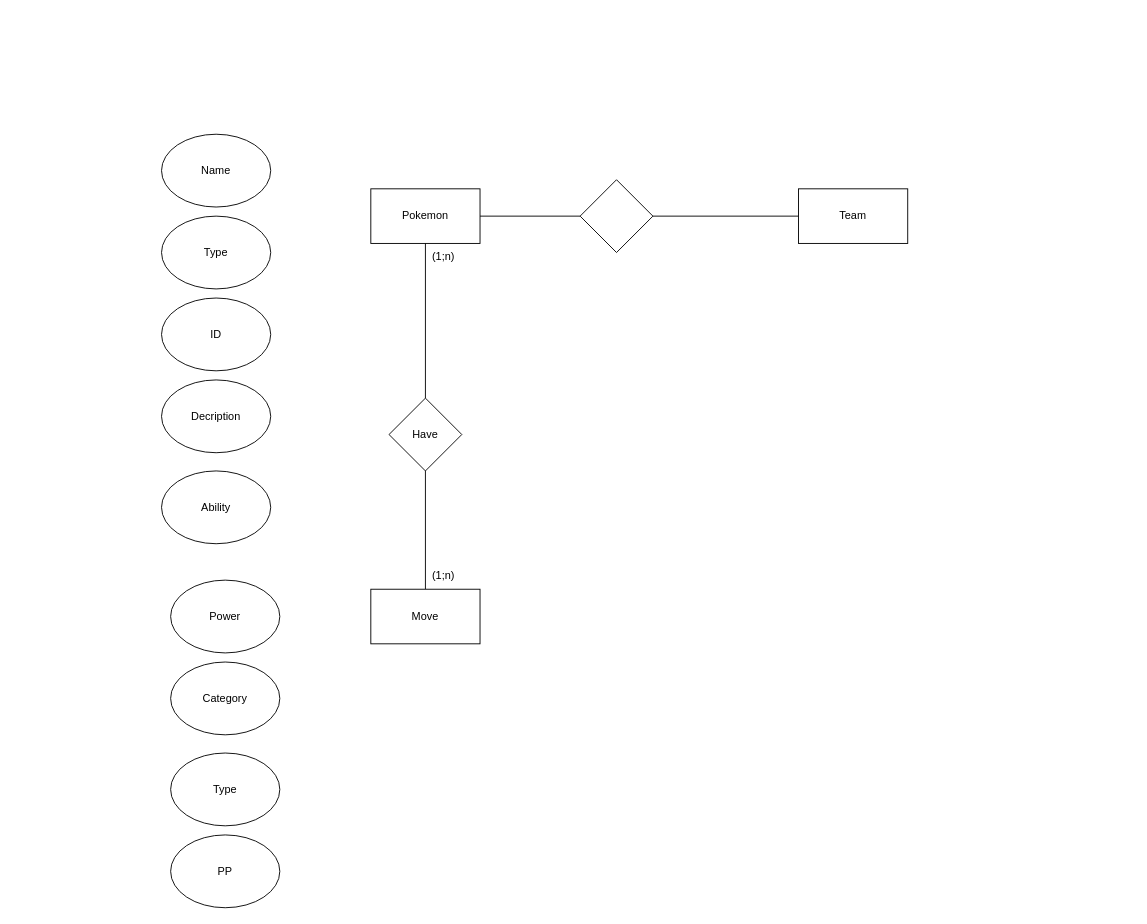
The draw.io diagram ERD.drawio in Keny7503/draw.io, before the edit. Source tidied: cells renumbered, new cells numbered last; positions are measured from the earlier drawing's top-left corner, leaving out a move shared by most shapes. Both pictures are drawn from the tidied source at 91%, with x=0, y=0 at pixel (161, 134).
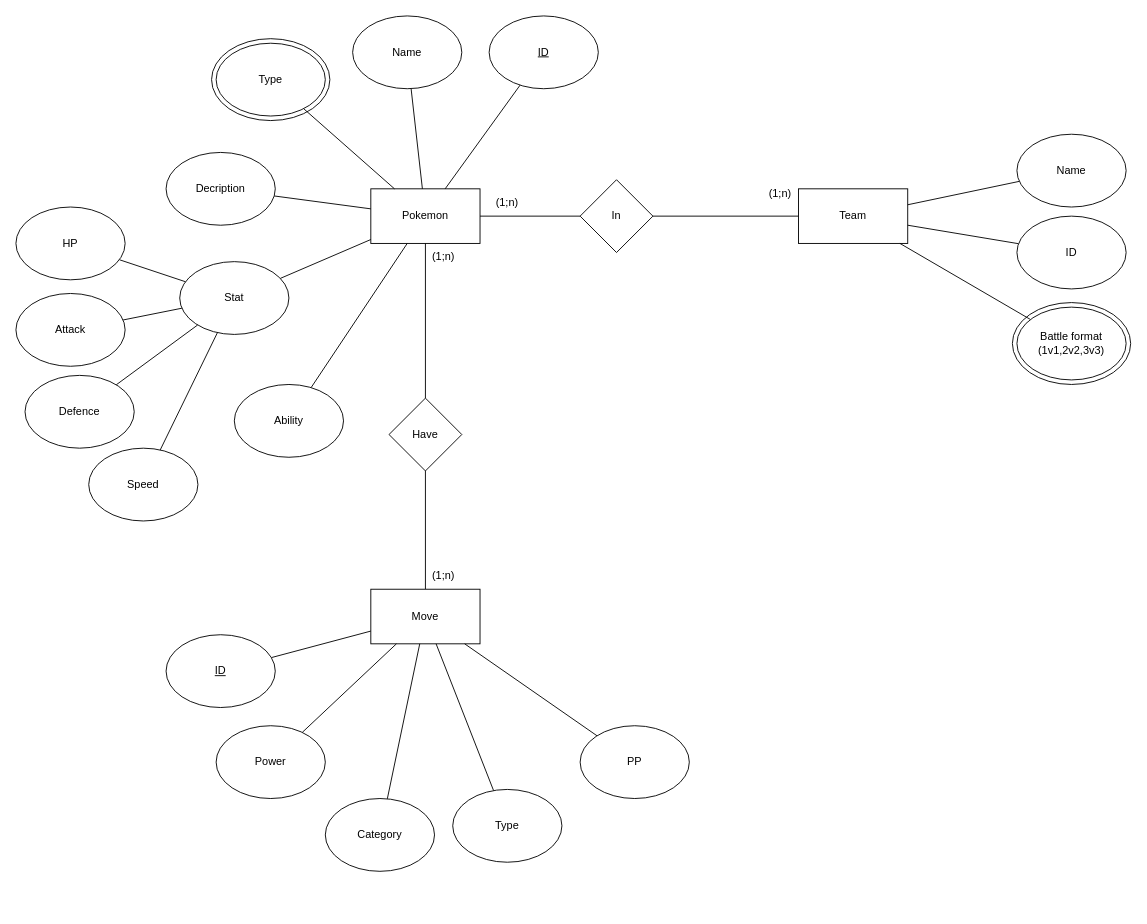
The same page after the edit.

The change refers to these unchanged cells:
```xml
<mxCell id="2" value="Team" style="rounded=0;whiteSpace=wrap;html=1;" parent="1" vertex="1">
  <mxGeometry x="700" y="60" width="120" height="60" as="geometry" />
</mxCell>
<mxCell id="4" value="Pokemon" style="rounded=0;whiteSpace=wrap;html=1;" parent="1" vertex="1">
  <mxGeometry x="230" y="60" width="120" height="60" as="geometry" />
</mxCell>
<mxCell id="10" value="Move" style="rounded=0;whiteSpace=wrap;html=1;" parent="1" vertex="1">
  <mxGeometry x="230" y="500" width="120" height="60" as="geometry" />
</mxCell>
```

Diff of the diagram source:
```diff
@@
+    <mxCell id="22" style="ellipse;whiteSpace=wrap;html=1;" parent="1" vertex="1">
+      <mxGeometry x="55" y="-105" width="130" height="90" as="geometry" />
+    </mxCell>
+    <mxCell id="23" style="ellipse;whiteSpace=wrap;html=1;" parent="1" vertex="1">
+      <mxGeometry x="935" y="185" width="130" height="90" as="geometry" />
+    </mxCell>
@@
+    <mxCell id="24" style="rounded=0;jettySize=auto;html=1;endArrow=none;endFill=0;" parent="1" edge="1" source="5" target="4">
+      <mxGeometry relative="1" as="geometry" />
+    </mxCell>
     <mxCell id="5" value="Name" style="ellipse;whiteSpace=wrap;html=1;" parent="1" vertex="1">
-      <mxGeometry width="120" height="80" as="geometry" />
+      <mxGeometry x="210" y="-130" width="120" height="80" as="geometry" />
     </mxCell>
+    <mxCell id="25" style="rounded=0;jettySize=auto;html=1;endArrow=none;endFill=0;" parent="1" edge="1" source="6" target="4">
+      <mxGeometry relative="1" as="geometry" />
+    </mxCell>
     <mxCell id="6" value="Type" style="ellipse;whiteSpace=wrap;html=1;" parent="1" vertex="1">
-      <mxGeometry y="90" width="120" height="80" as="geometry" />
+      <mxGeometry x="60" y="-100" width="120" height="80" as="geometry" />
     </mxCell>
+    <mxCell id="26" style="rounded=0;jettySize=auto;html=1;endArrow=none;endFill=0;" parent="1" edge="1" source="7" target="4">
+      <mxGeometry relative="1" as="geometry" />
+    </mxCell>
     <mxCell id="7" value="Decription" style="ellipse;whiteSpace=wrap;html=1;" parent="1" vertex="1">
-      <mxGeometry y="270" width="120" height="80" as="geometry" />
+      <mxGeometry x="5" y="20" width="120" height="80" as="geometry" />
     </mxCell>
+    <mxCell id="27" style="rounded=0;jettySize=auto;html=1;endArrow=none;endFill=0;" parent="1" edge="1" source="8" target="4">
+      <mxGeometry relative="1" as="geometry" />
+    </mxCell>
-    <mxCell id="8" value="ID" style="ellipse;whiteSpace=wrap;html=1;" parent="1" vertex="1">
-      <mxGeometry y="180" width="120" height="80" as="geometry" />
+    <mxCell id="8" value="&lt;u&gt;ID&lt;/u&gt;" style="ellipse;whiteSpace=wrap;html=1;" parent="1" vertex="1">
+      <mxGeometry x="360" y="-130" width="120" height="80" as="geometry" />
     </mxCell>
@@
+    <mxCell id="28" style="rounded=0;jettySize=auto;html=1;endArrow=none;endFill=0;" parent="1" edge="1" source="11" target="4">
+      <mxGeometry relative="1" as="geometry" />
+    </mxCell>
     <mxCell id="11" value="Ability" style="ellipse;whiteSpace=wrap;html=1;" parent="1" vertex="1">
-      <mxGeometry y="370" width="120" height="80" as="geometry" />
+      <mxGeometry x="80" y="275" width="120" height="80" as="geometry" />
     </mxCell>
+    <mxCell id="29" style="rounded=0;jettySize=auto;html=1;endArrow=none;endFill=0;" parent="1" edge="1" source="12" target="10">
+      <mxGeometry relative="1" as="geometry" />
+    </mxCell>
     <mxCell id="12" value="Power" style="ellipse;whiteSpace=wrap;html=1;" parent="1" vertex="1">
-      <mxGeometry x="10" y="490" width="120" height="80" as="geometry" />
+      <mxGeometry x="60" y="650" width="120" height="80" as="geometry" />
     </mxCell>
+    <mxCell id="30" style="rounded=0;jettySize=auto;html=1;endArrow=none;endFill=0;" parent="1" edge="1" source="13" target="10">
+      <mxGeometry relative="1" as="geometry" />
+    </mxCell>
     <mxCell id="13" value="Type &lt;a href=&quot;https://pokemondb.net/type/grass&quot; class=&quot;type-icon type-grass&quot;&gt;&lt;/a&gt;" style="ellipse;whiteSpace=wrap;html=1;" parent="1" vertex="1">
-      <mxGeometry x="10" y="680" width="120" height="80" as="geometry" />
+      <mxGeometry x="320" y="720" width="120" height="80" as="geometry" />
     </mxCell>
+    <mxCell id="31" style="rounded=0;jettySize=auto;html=1;endArrow=none;endFill=0;" parent="1" edge="1" source="14" target="10">
+      <mxGeometry relative="1" as="geometry" />
+    </mxCell>
     <mxCell id="14" value="Category" style="ellipse;whiteSpace=wrap;html=1;" parent="1" vertex="1">
-      <mxGeometry x="10" y="580" width="120" height="80" as="geometry" />
+      <mxGeometry x="180" y="730" width="120" height="80" as="geometry" />
     </mxCell>
+    <mxCell id="32" style="rounded=0;jettySize=auto;html=1;endArrow=none;endFill=0;" parent="1" edge="1" source="15" target="10">
+      <mxGeometry relative="1" as="geometry" />
+    </mxCell>
     <mxCell id="15" value="PP" style="ellipse;whiteSpace=wrap;html=1;" parent="1" vertex="1">
-      <mxGeometry x="10" y="770" width="120" height="80" as="geometry" />
+      <mxGeometry x="460" y="650" width="120" height="80" as="geometry" />
     </mxCell>
@@
-    <mxCell id="21" style="rhombus;whiteSpace=wrap;html=1;" parent="1" vertex="1">
+    <mxCell id="21" value="In" style="rhombus;whiteSpace=wrap;html=1;" parent="1" vertex="1">
       <mxGeometry x="460" y="50" width="80" height="80" as="geometry" />
     </mxCell>
+    <mxCell id="33" value="(1;n)" style="text;html=1;strokeColor=none;fillColor=none;align=center;verticalAlign=middle;whiteSpace=wrap;rounded=0;" parent="1" vertex="1">
+      <mxGeometry x="350" y="60" width="60" height="30" as="geometry" />
+    </mxCell>
+    <mxCell id="34" value="(1;n)" style="text;html=1;strokeColor=none;fillColor=none;align=center;verticalAlign=middle;whiteSpace=wrap;rounded=0;" parent="1" vertex="1">
+      <mxGeometry x="650" y="50" width="60" height="30" as="geometry" />
+    </mxCell>
+    <mxCell id="35" style="rounded=0;jettySize=auto;html=1;endArrow=none;endFill=0;" parent="1" edge="1" source="36" target="2">
+      <mxGeometry relative="1" as="geometry" />
+    </mxCell>
+    <mxCell id="36" value="Name" style="ellipse;whiteSpace=wrap;html=1;" parent="1" vertex="1">
+      <mxGeometry x="940" width="120" height="80" as="geometry" />
+    </mxCell>
+    <mxCell id="37" style="rounded=0;jettySize=auto;html=1;endArrow=none;endFill=0;" parent="1" edge="1" source="38" target="2">
+      <mxGeometry relative="1" as="geometry" />
+    </mxCell>
+    <mxCell id="38" value="ID" style="ellipse;whiteSpace=wrap;html=1;" parent="1" vertex="1">
+      <mxGeometry x="940" y="90" width="120" height="80" as="geometry" />
+    </mxCell>
+    <mxCell id="39" style="rounded=0;jettySize=auto;html=1;endArrow=none;endFill=0;" parent="1" edge="1" source="40" target="4">
+      <mxGeometry relative="1" as="geometry" />
+    </mxCell>
+    <mxCell id="40" value="Stat" style="ellipse;whiteSpace=wrap;html=1;" parent="1" vertex="1">
+      <mxGeometry x="20" y="140" width="120" height="80" as="geometry" />
+    </mxCell>
+    <mxCell id="41" style="rounded=0;jettySize=auto;html=1;endArrow=none;endFill=0;" parent="1" edge="1" source="42" target="2">
+      <mxGeometry relative="1" as="geometry" />
+    </mxCell>
+    <mxCell id="42" value="Battle format&lt;br&gt;(1v1,2v2,3v3)" style="ellipse;whiteSpace=wrap;html=1;" parent="1" vertex="1">
+      <mxGeometry x="940" y="190" width="120" height="80" as="geometry" />
+    </mxCell>
+    <mxCell id="43" style="rounded=0;jettySize=auto;html=1;endArrow=none;endFill=0;" parent="1" edge="1" source="44" target="10">
+      <mxGeometry relative="1" as="geometry" />
+    </mxCell>
+    <mxCell id="44" value="&lt;u&gt;ID&lt;/u&gt;" style="ellipse;whiteSpace=wrap;html=1;" parent="1" vertex="1">
+      <mxGeometry x="5" y="550" width="120" height="80" as="geometry" />
+    </mxCell>
+    <mxCell id="45" style="rounded=0;jettySize=auto;html=1;endArrow=none;endFill=0;" parent="1" edge="1" source="46" target="40">
+      <mxGeometry relative="1" as="geometry" />
+    </mxCell>
+    <mxCell id="46" value="HP" style="ellipse;whiteSpace=wrap;html=1;" parent="1" vertex="1">
+      <mxGeometry x="-160" y="80" width="120" height="80" as="geometry" />
+    </mxCell>
+    <mxCell id="47" style="rounded=0;jettySize=auto;html=1;endArrow=none;endFill=0;" parent="1" edge="1" source="48" target="40">
+      <mxGeometry relative="1" as="geometry" />
+    </mxCell>
+    <mxCell id="48" value="Attack" style="ellipse;whiteSpace=wrap;html=1;" parent="1" vertex="1">
+      <mxGeometry x="-160" y="175" width="120" height="80" as="geometry" />
+    </mxCell>
+    <mxCell id="49" style="rounded=0;jettySize=auto;html=1;endArrow=none;endFill=0;" parent="1" edge="1" source="50" target="40">
+      <mxGeometry relative="1" as="geometry" />
+    </mxCell>
+    <mxCell id="50" value="Defence" style="ellipse;whiteSpace=wrap;html=1;" parent="1" vertex="1">
+      <mxGeometry x="-150" y="265" width="120" height="80" as="geometry" />
+    </mxCell>
+    <mxCell id="51" style="rounded=0;jettySize=auto;html=1;endArrow=none;endFill=0;" parent="1" edge="1" source="52" target="40">
+      <mxGeometry relative="1" as="geometry" />
+    </mxCell>
+    <mxCell id="52" value="Speed" style="ellipse;whiteSpace=wrap;html=1;" parent="1" vertex="1">
+      <mxGeometry x="-80" y="345" width="120" height="80" as="geometry" />
+    </mxCell>
```
